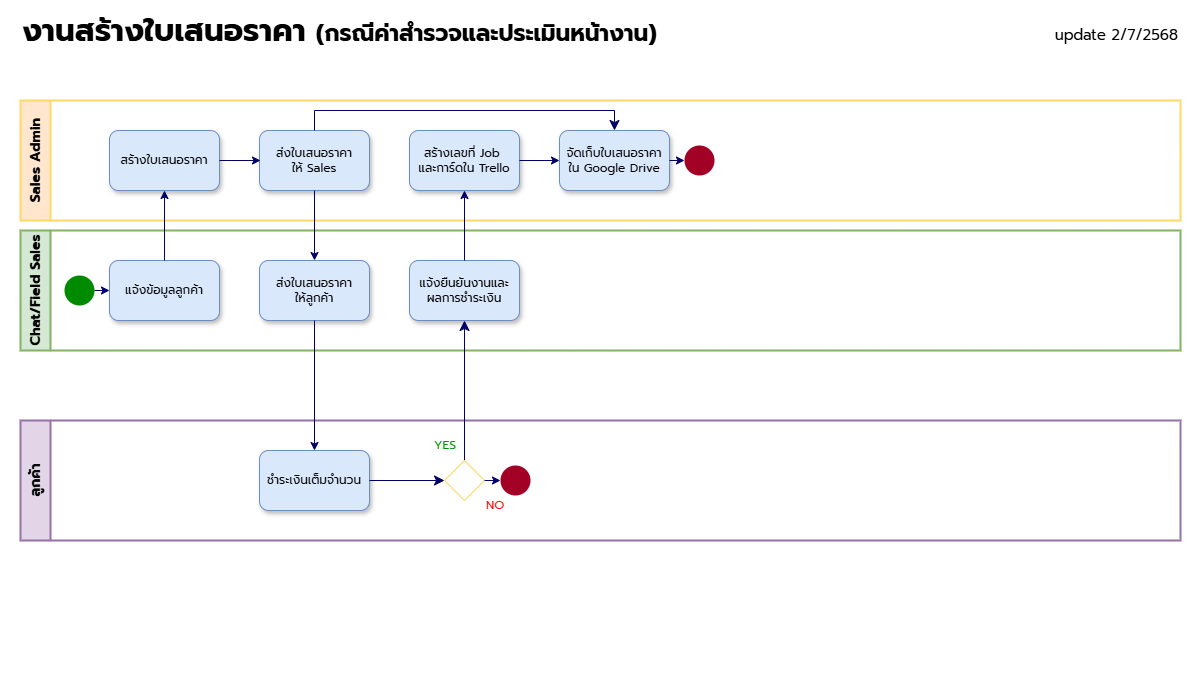
The draw.io diagram m4-1.png in D-Excel/work-process, before a commit. Source tidied: cells renumbered, new cells last; positions are measured from the earlier drawing's top-left corner, leaving out a move shared by most shapes. Source of this version:
```xml
<mxGraphModel>
  <root>
    <mxCell id="0" />
    <mxCell id="1" parent="0" />
    <mxCell id="2" value="งานสร้างใบเสนอราคา &lt;font style=&quot;font-size: 23px;&quot;&gt;(กรณีค่าสำรวจและประเมินหน้างาน)&lt;/font&gt;" style="text;html=1;align=left;verticalAlign=middle;whiteSpace=wrap;rounded=0;fontFamily=prompt;fontSource=https%3A%2F%2Ffonts.googleapis.com%2Fcss%3Ffamily%3Dprompt;fontSize=31;fontStyle=1;" parent="1" vertex="1">
      <mxGeometry width="980" height="40" as="geometry" />
    </mxCell>
    <mxCell id="3" value="&lt;font face=&quot;prompt&quot;&gt;Sales Admin&lt;/font&gt;" style="swimlane;horizontal=0;whiteSpace=wrap;html=1;fillColor=#ffe6cc;strokeColor=#FFD966;fontSize=14;startSize=30;strokeWidth=2;" parent="1" vertex="1">
      <mxGeometry y="90" width="1160" height="120" as="geometry" />
    </mxCell>
    <mxCell id="4" value="สร้างใบเสนอราคา" style="rounded=1;whiteSpace=wrap;html=1;fontFamily=prompt;fontSource=https%3A%2F%2Ffonts.googleapis.com%2Fcss%3Ffamily%3Dprompt;fontStyle=0;fillColor=#dae8fc;strokeColor=#6c8ebf;shadow=1;" parent="3" vertex="1">
      <mxGeometry x="89" y="30" width="110" height="60" as="geometry" />
    </mxCell>
    <mxCell id="5" value="ส่งใบเสนอราคา&lt;br&gt;ให้ Sales" style="rounded=1;whiteSpace=wrap;html=1;fontFamily=prompt;fontSource=https%3A%2F%2Ffonts.googleapis.com%2Fcss%3Ffamily%3Dprompt;fontStyle=0;fillColor=#dae8fc;strokeColor=#6c8ebf;shadow=1;" parent="3" vertex="1">
      <mxGeometry x="239" y="30" width="110" height="60" as="geometry" />
    </mxCell>
    <mxCell id="6" value="สร้างเลขที่ Job&amp;nbsp;&lt;div&gt;และการ์ดใน Trello&lt;/div&gt;" style="rounded=1;whiteSpace=wrap;html=1;fontFamily=prompt;fontSource=https%3A%2F%2Ffonts.googleapis.com%2Fcss%3Ffamily%3Dprompt;fontStyle=0;fillColor=#dae8fc;strokeColor=#6c8ebf;shadow=1;" parent="3" vertex="1">
      <mxGeometry x="389" y="30" width="110" height="60" as="geometry" />
    </mxCell>
    <mxCell id="7" style="endArrow=classic;html=1;rounded=0;exitX=1;exitY=0.5;exitDx=0;exitDy=0;strokeColor=#000066;" parent="3" edge="1" source="4">
      <mxGeometry relative="1" as="geometry">
        <mxPoint x="240" y="60" as="targetPoint" />
      </mxGeometry>
    </mxCell>
    <mxCell id="8" value="จัดเก็บใบเสนอราคา&lt;br&gt;ใน Google Drive" style="rounded=1;whiteSpace=wrap;html=1;fontFamily=prompt;fontSource=https%3A%2F%2Ffonts.googleapis.com%2Fcss%3Ffamily%3Dprompt;fontStyle=0;fillColor=#dae8fc;strokeColor=#6c8ebf;shadow=1;" parent="3" vertex="1">
      <mxGeometry x="539" y="30" width="110" height="60" as="geometry" />
    </mxCell>
    <mxCell id="9" style="endArrow=classic;html=1;rounded=0;strokeColor=#000066;entryX=0;entryY=0.5;entryDx=0;entryDy=0;exitX=1;exitY=0.5;exitDx=0;exitDy=0;" parent="3" edge="1" source="6" target="8">
      <mxGeometry relative="1" as="geometry" />
    </mxCell>
    <mxCell id="10" style="endArrow=classic;html=1;rounded=0;entryX=0;entryY=0.5;entryDx=0;entryDy=0;strokeColor=#000066;exitX=1;exitY=0.5;exitDx=0;exitDy=0;" parent="3" edge="1" source="8" target="11">
      <mxGeometry relative="1" as="geometry" />
    </mxCell>
    <mxCell id="11" style="ellipse;whiteSpace=wrap;html=1;fillColor=#a20025;fontColor=#ffffff;strokeColor=none;" parent="3" vertex="1">
      <mxGeometry x="664" y="45" width="30" height="30" as="geometry" />
    </mxCell>
    <mxCell id="12" style="edgeStyle=elbowEdgeStyle;elbow=horizontal;endArrow=classic;html=1;curved=0;rounded=0;endSize=8;startSize=8;exitX=0.5;exitY=0;exitDx=0;exitDy=0;entryX=0.5;entryY=0;entryDx=0;entryDy=0;strokeColor=#000066;" parent="3" edge="1" source="5" target="8">
      <mxGeometry relative="1" as="geometry">
        <Array as="points">
          <mxPoint x="450" y="10" />
        </Array>
      </mxGeometry>
    </mxCell>
    <mxCell id="13" value="&lt;font face=&quot;prompt&quot;&gt;Chat/Field Sales&lt;/font&gt;" style="swimlane;horizontal=0;whiteSpace=wrap;html=1;fillColor=#d5e8d4;strokeColor=#82b366;fontSize=14;startSize=30;strokeWidth=2;" parent="1" vertex="1">
      <mxGeometry y="220" width="1160" height="120" as="geometry" />
    </mxCell>
    <mxCell id="14" value="แจ้งข้อมูลลูกค้า" style="rounded=1;whiteSpace=wrap;html=1;fontFamily=prompt;fontSource=https%3A%2F%2Ffonts.googleapis.com%2Fcss%3Ffamily%3Dprompt;fontStyle=0;fillColor=#dae8fc;strokeColor=#6c8ebf;shadow=1;" parent="13" vertex="1">
      <mxGeometry x="89" y="30" width="110" height="60" as="geometry" />
    </mxCell>
    <mxCell id="15" style="endArrow=classic;html=1;rounded=0;exitX=1;exitY=0.5;exitDx=0;exitDy=0;entryX=0;entryY=0.5;entryDx=0;entryDy=0;strokeColor=#000066;" parent="13" edge="1" source="16">
      <mxGeometry relative="1" as="geometry">
        <mxPoint x="89" y="60" as="targetPoint" />
      </mxGeometry>
    </mxCell>
    <mxCell id="16" style="ellipse;whiteSpace=wrap;html=1;fillColor=#008a00;fontColor=#ffffff;strokeColor=none;" parent="13" vertex="1">
      <mxGeometry x="44" y="45" width="30" height="30" as="geometry" />
    </mxCell>
    <mxCell id="17" value="ส่งใบเสนอราคา&lt;br&gt;ให้ลูกค้า" style="rounded=1;whiteSpace=wrap;html=1;fontFamily=prompt;fontSource=https%3A%2F%2Ffonts.googleapis.com%2Fcss%3Ffamily%3Dprompt;fontStyle=0;fillColor=#dae8fc;strokeColor=#6c8ebf;shadow=1;" parent="13" vertex="1">
      <mxGeometry x="239" y="30" width="110" height="60" as="geometry" />
    </mxCell>
    <mxCell id="18" value="แจ้งยืนยันงานและ&lt;br&gt;ผลการชำระเงิน" style="rounded=1;whiteSpace=wrap;html=1;fontFamily=prompt;fontSource=https%3A%2F%2Ffonts.googleapis.com%2Fcss%3Ffamily%3Dprompt;fontStyle=0;fillColor=#dae8fc;strokeColor=#6c8ebf;shadow=1;" parent="13" vertex="1">
      <mxGeometry x="389" y="30" width="110" height="60" as="geometry" />
    </mxCell>
    <mxCell id="19" value="&lt;font face=&quot;prompt&quot;&gt;ลูกค้า&lt;/font&gt;" style="swimlane;horizontal=0;whiteSpace=wrap;html=1;fillColor=#e1d5e7;strokeColor=#9673a6;fontSize=14;startSize=30;strokeWidth=2;" parent="1" vertex="1">
      <mxGeometry y="410" width="1160" height="120" as="geometry" />
    </mxCell>
    <mxCell id="20" value="ชำระเงินเต็มจำนวน" style="rounded=1;whiteSpace=wrap;html=1;fontFamily=prompt;fontSource=https%3A%2F%2Ffonts.googleapis.com%2Fcss%3Ffamily%3Dprompt;fontStyle=0;fillColor=#dae8fc;strokeColor=#6c8ebf;shadow=1;" parent="19" vertex="1">
      <mxGeometry x="239" y="30" width="110" height="60" as="geometry" />
    </mxCell>
    <mxCell id="21" style="ellipse;whiteSpace=wrap;html=1;fillColor=#a20025;fontColor=#ffffff;strokeColor=none;" parent="19" vertex="1">
      <mxGeometry x="480" y="45" width="30" height="30" as="geometry" />
    </mxCell>
    <mxCell id="22" value="&lt;font style=&quot;&quot;&gt;YES&lt;/font&gt;" style="text;html=1;align=center;verticalAlign=middle;whiteSpace=wrap;rounded=0;fontFamily=prompt;fontSource=https%3A%2F%2Ffonts.googleapis.com%2Fcss%3Ffamily%3Dprompt;fontColor=#009900;" parent="19" vertex="1">
      <mxGeometry x="410" y="10" width="30" height="30" as="geometry" />
    </mxCell>
    <mxCell id="23" value="NO" style="text;html=1;align=center;verticalAlign=middle;whiteSpace=wrap;rounded=0;fontFamily=prompt;fontSource=https%3A%2F%2Ffonts.googleapis.com%2Fcss%3Ffamily%3Dprompt;fontColor=#FF0000;" parent="19" vertex="1">
      <mxGeometry x="460" y="70" width="30" height="30" as="geometry" />
    </mxCell>
    <mxCell id="24" style="endArrow=classic;html=1;rounded=0;strokeColor=#000066;entryX=0.5;entryY=1;entryDx=0;entryDy=0;exitX=0.5;exitY=0;exitDx=0;exitDy=0;" parent="1" edge="1" source="14" target="4">
      <mxGeometry relative="1" as="geometry" />
    </mxCell>
    <mxCell id="25" value="update 2/7/2568" style="text;html=1;align=right;verticalAlign=middle;whiteSpace=wrap;rounded=0;fontFamily=prompt;fontSource=https%3A%2F%2Ffonts.googleapis.com%2Fcss%3Ffamily%3Dprompt;fontSize=15;fontStyle=0;" parent="1" vertex="1">
      <mxGeometry x="900" y="4" width="260" height="40" as="geometry" />
    </mxCell>
    <mxCell id="26" style="endArrow=classic;html=1;rounded=0;exitX=0.5;exitY=1;exitDx=0;exitDy=0;entryX=0.5;entryY=0;entryDx=0;entryDy=0;strokeColor=#000066;" parent="1" edge="1" source="5" target="17">
      <mxGeometry relative="1" as="geometry" />
    </mxCell>
    <mxCell id="27" style="endArrow=classic;html=1;rounded=0;exitX=0.5;exitY=1;exitDx=0;exitDy=0;entryX=0.5;entryY=0;entryDx=0;entryDy=0;strokeColor=#000066;" parent="1" edge="1" source="17" target="20">
      <mxGeometry relative="1" as="geometry" />
    </mxCell>
    <mxCell id="28" style="edgeStyle=segmentEdgeStyle;endArrow=classic;html=1;curved=0;rounded=0;endSize=8;startSize=8;strokeColor=#000066;exitX=0.5;exitY=0;exitDx=0;exitDy=0;entryX=0.5;entryY=1;entryDx=0;entryDy=0;" parent="1" edge="1" source="31" target="18">
      <mxGeometry relative="1" as="geometry" />
    </mxCell>
    <mxCell id="29" style="endArrow=classic;html=1;rounded=0;strokeColor=#000066;entryX=0.5;entryY=1;entryDx=0;entryDy=0;exitX=0.5;exitY=0;exitDx=0;exitDy=0;" parent="1" edge="1" source="18" target="6">
      <mxGeometry relative="1" as="geometry" />
    </mxCell>
    <mxCell id="30" style="edgeStyle=segmentEdgeStyle;endArrow=classic;html=1;curved=0;rounded=0;endSize=8;startSize=8;strokeColor=#000066;exitX=1;exitY=0.5;exitDx=0;exitDy=0;entryX=0;entryY=0.5;entryDx=0;entryDy=0;" parent="1" edge="1" source="20" target="31">
      <mxGeometry relative="1" as="geometry" />
    </mxCell>
    <mxCell id="31" style="rhombus;whiteSpace=wrap;html=1;fillColor=none;strokeColor=#FFD966;" parent="1" vertex="1">
      <mxGeometry x="424" y="450" width="40" height="40" as="geometry" />
    </mxCell>
    <mxCell id="32" style="endArrow=classic;html=1;rounded=0;entryX=0;entryY=0.5;entryDx=0;entryDy=0;exitX=1;exitY=0.5;exitDx=0;exitDy=0;strokeColor=#000066;" parent="1" edge="1" source="31" target="21">
      <mxGeometry relative="1" as="geometry" />
    </mxCell>
  </root>
</mxGraphModel>
```
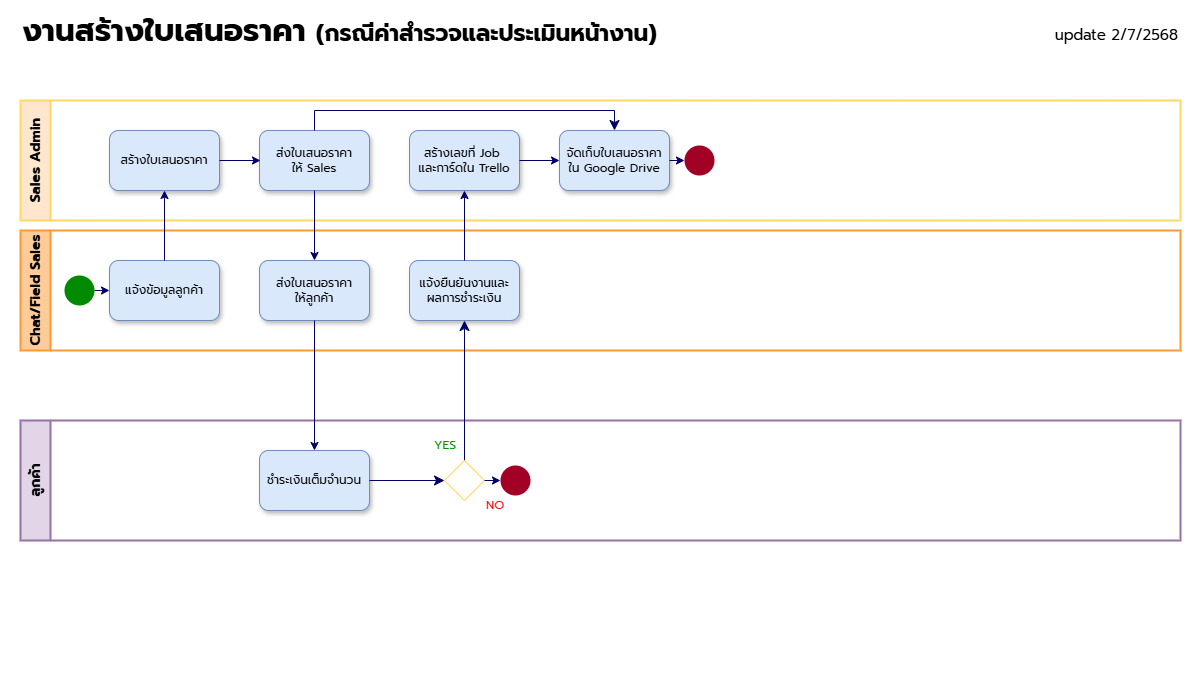
After the commit.

Change to the diagram source:
```diff
@@ -41,7 +41,7 @@
         </Array>
       </mxGeometry>
     </mxCell>
-    <mxCell id="13" value="&lt;font face=&quot;prompt&quot;&gt;Chat/Field Sales&lt;/font&gt;" style="swimlane;horizontal=0;whiteSpace=wrap;html=1;fillColor=#d5e8d4;strokeColor=#82b366;fontSize=14;startSize=30;strokeWidth=2;" parent="1" vertex="1">
+    <mxCell id="13" value="&lt;font face=&quot;prompt&quot;&gt;Chat/Field Sales&lt;/font&gt;" style="swimlane;horizontal=0;whiteSpace=wrap;html=1;fillColor=#FFCC99;strokeColor=#FF9933;fontSize=14;startSize=30;strokeWidth=2;fontColor=#000000;" parent="1" vertex="1">
       <mxGeometry y="220" width="1160" height="120" as="geometry" />
     </mxCell>
     <mxCell id="14" value="แจ้งข้อมูลลูกค้า" style="rounded=1;whiteSpace=wrap;html=1;fontFamily=prompt;fontSource=https%3A%2F%2Ffonts.googleapis.com%2Fcss%3Ffamily%3Dprompt;fontStyle=0;fillColor=#dae8fc;strokeColor=#6c8ebf;shadow=1;" parent="13" vertex="1">
```
